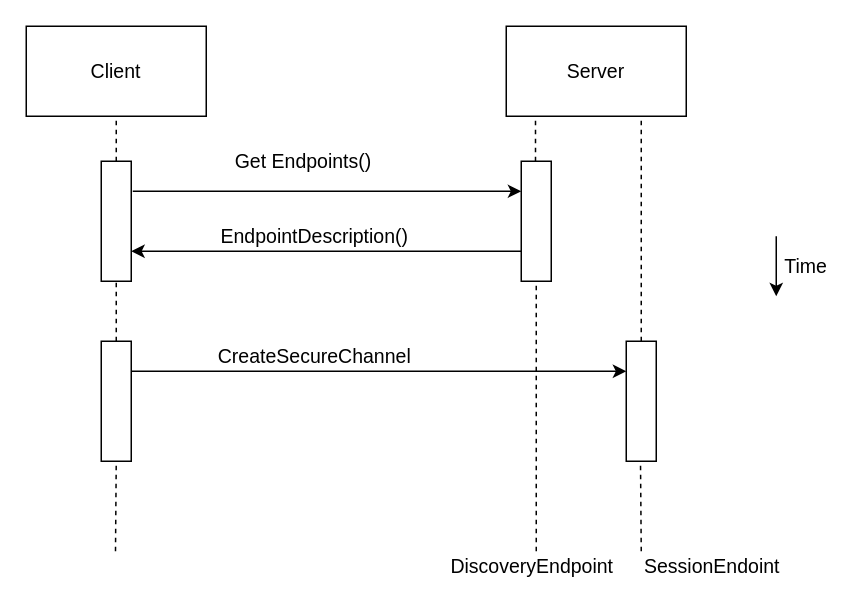
Above: Untitled Diagram.drawio in RakshanPremsagar/Thesis (draw.io), before the change. Source tidied: cells renumbered, new cells numbered last; positions are measured from the earlier drawing's top-left corner, leaving out a move shared by most shapes. Both pictures are drawn from the tidied source at 150%, with x=0, y=0 at pixel (26, 26).
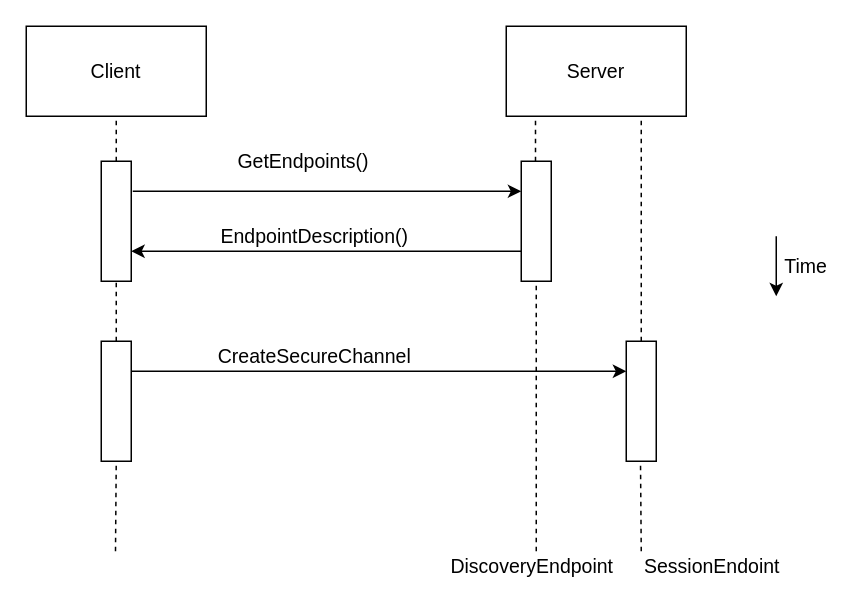
After the change.

Diff of the diagram source:
```diff
@@
-    <mxCell id="20" value="Get Endpoints()" style="text;html=1;strokeColor=none;fillColor=none;align=center;verticalAlign=middle;whiteSpace=wrap;rounded=0;fontSize=13;" parent="1" vertex="1">
+    <mxCell id="20" value="GetEndpoints()" style="text;html=1;strokeColor=none;fillColor=none;align=center;verticalAlign=middle;whiteSpace=wrap;rounded=0;fontSize=13;" parent="1" vertex="1">
       <mxGeometry x="130" y="80" width="110" height="20" as="geometry" />
     </mxCell>
```
